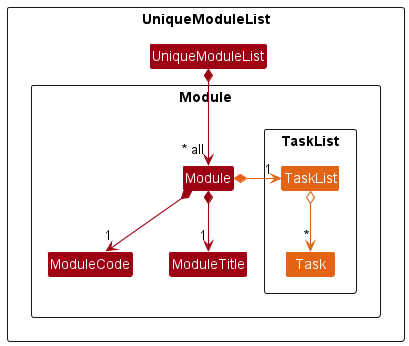
The PlantUML diagram docs/images/AddDeleteSwapTaskFeature/TaskListClassDiagram.png in nus-cs2103-AY2223S1/tp, before a commit. Source of this version:
```plantuml
@startuml
!include ../style.puml
skinparam arrowThickness 1.1
skinparam arrowColor MODEL_COLOR
skinparam classBackgroundColor MODEL_COLOR

Package UniqueModuleList <<Rectangle>>{
Class UniqueModuleList
    Package Module <<Rectangle>>{
    Class Module
    Class ModuleCode
    Class ModuleTitle
    Package TaskList <<Rectangle>> {
        Class TaskList MODEL_COLOR_T5
        Class Task MODEL_COLOR_T5
    }
}

UniqueModuleList *--> "~* all" Module

Module *--> "1" ModuleCode
Module *--> "1" ModuleTitle
Module *-right-> "1" TaskList MODEL_COLOR_T5

TaskList o--> "*" Task MODEL_COLOR_T5

@enduml
```
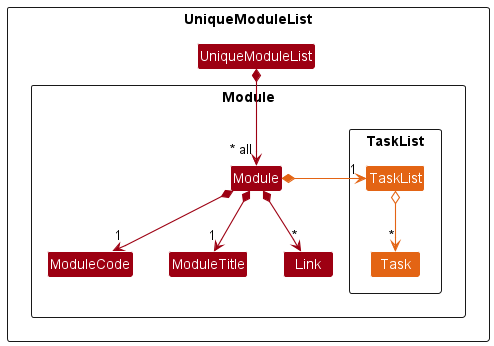
The same diagram one commit later.

Commit message:
Add `Link` into diagram

Change to the diagram source:
```diff
@@ -10,6 +10,7 @@
     Class Module
     Class ModuleCode
     Class ModuleTitle
+    Class Link
     Package TaskList <<Rectangle>> {
         Class TaskList MODEL_COLOR_T5
         Class Task MODEL_COLOR_T5
@@ -20,6 +21,7 @@
 
 Module *--> "1" ModuleCode
 Module *--> "1" ModuleTitle
+Module *--> "*" Link
 Module *-right-> "1" TaskList MODEL_COLOR_T5
 
 TaskList o--> "*" Task MODEL_COLOR_T5
```
